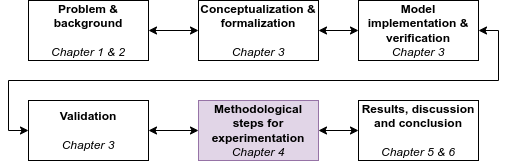
Earlier version of the draw.io export figures/model_cycle.png (floristevito/CrowdSim). Source tidied: cells renumbered, new cells last; positions are measured from the earlier drawing's top-left corner, leaving out a move shared by most shapes.
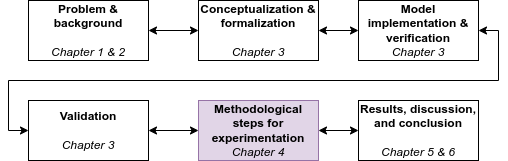
After the commit.

Diff of the diagram source:
```diff
@@ -26,7 +26,7 @@
     <mxCell id="9" value="&lt;b&gt;Methodological steps for experimentation&lt;/b&gt;&lt;br&gt;&lt;i&gt;Chapter 4&lt;/i&gt;" style="rounded=0;whiteSpace=wrap;html=1;fillColor=#e1d5e7;strokeColor=#9673a6;" parent="1" vertex="1">
       <mxGeometry x="170" y="100" width="120" height="60" as="geometry" />
     </mxCell>
-    <mxCell id="10" value="&lt;b&gt;Results, discussion and conclusion&lt;/b&gt;&lt;br&gt;&lt;br&gt;&lt;i&gt;Chapter 5 &amp;amp; 6&lt;/i&gt;" style="rounded=0;whiteSpace=wrap;html=1;" parent="1" vertex="1">
+    <mxCell id="10" value="&lt;b&gt;Results, discussion, and conclusion&lt;/b&gt;&lt;br&gt;&lt;br&gt;&lt;i&gt;Chapter 5 &amp;amp; 6&lt;/i&gt;" style="rounded=0;whiteSpace=wrap;html=1;" parent="1" vertex="1">
       <mxGeometry x="330" y="100" width="120" height="60" as="geometry" />
     </mxCell>
     <mxCell id="11" style="endArrow=classic;startArrow=classic;html=1;rounded=0;exitX=0;exitY=0.5;exitDx=0;exitDy=0;entryX=1;entryY=0.5;entryDx=0;entryDy=0;" parent="1" edge="1" source="4" target="2">
```
